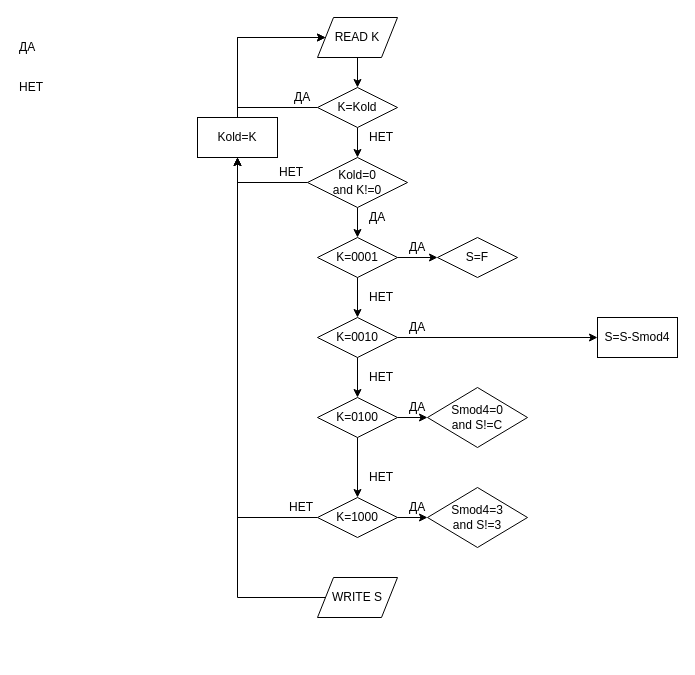
DMfananddu/SP_KR keeps this draw.io diagram as zhopa.drawio. Above is the earlier version. Source tidied: cells renumbered, new cells numbered last; positions are measured from the earlier drawing's top-left corner, leaving out a move shared by most shapes. Both pictures are drawn from the tidied source at 100%, with x=0, y=0 at pixel (17, 17).
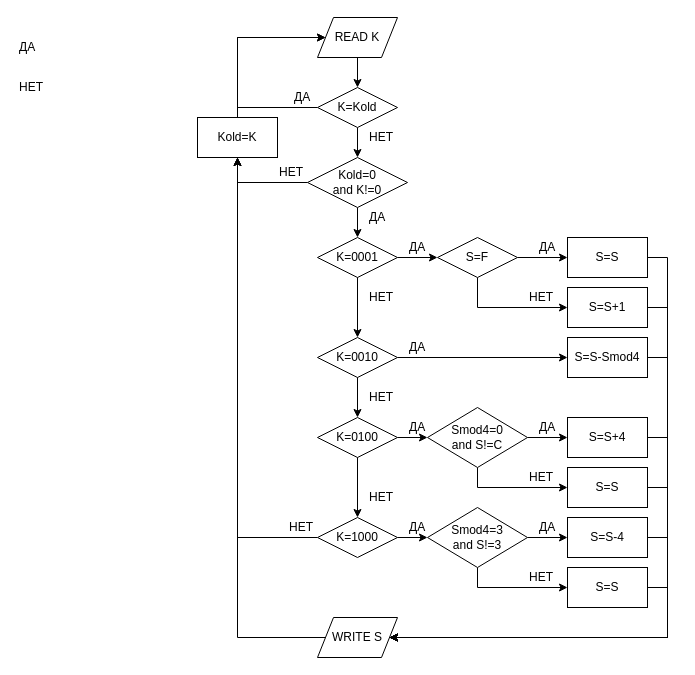
The same page after the edit.

The change refers to these unchanged cells:
```xml
<mxCell id="36" value="S=F" style="rhombus;whiteSpace=wrap;html=1;" parent="1" vertex="1">
  <mxGeometry x="420" y="220" width="80" height="40" as="geometry" />
</mxCell>
```

Diff of the diagram source:
```diff
@@
     <mxCell id="22" value="K=0010" style="rhombus;whiteSpace=wrap;html=1;" parent="1" vertex="1">
-      <mxGeometry x="300" y="300" width="80" height="40" as="geometry" />
+      <mxGeometry x="300" y="320" width="80" height="40" as="geometry" />
     </mxCell>
@@
     <mxCell id="26" value="K=0100" style="rhombus;whiteSpace=wrap;html=1;" parent="1" vertex="1">
-      <mxGeometry x="300" y="380" width="80" height="40" as="geometry" />
+      <mxGeometry x="300" y="400" width="80" height="40" as="geometry" />
     </mxCell>
     <mxCell id="27" value="НЕТ" style="text;html=1;align=left;verticalAlign=top;spacingTop=-4;" parent="1" vertex="1">
-      <mxGeometry x="350" y="350" width="40" height="20" as="geometry" />
+      <mxGeometry x="350" y="370" width="40" height="20" as="geometry" />
     </mxCell>
@@
     <mxCell id="31" value="K=1000" style="rhombus;whiteSpace=wrap;html=1;" parent="1" vertex="1">
-      <mxGeometry x="300" y="480" width="80" height="40" as="geometry" />
+      <mxGeometry x="300" y="500" width="80" height="40" as="geometry" />
     </mxCell>
     <mxCell id="32" value="НЕТ" style="text;html=1;align=left;verticalAlign=top;spacingTop=-4;" parent="1" vertex="1">
-      <mxGeometry x="350" y="450" width="40" height="20" as="geometry" />
+      <mxGeometry x="350" y="470" width="40" height="20" as="geometry" />
     </mxCell>
     <mxCell id="33" value="НЕТ" style="text;html=1;align=left;verticalAlign=top;spacingTop=-4;" parent="1" vertex="1">
-      <mxGeometry x="270" y="480" width="40" height="20" as="geometry" />
+      <mxGeometry x="270" y="500" width="40" height="20" as="geometry" />
     </mxCell>
@@
     <mxCell id="35" value="WRITE S" style="shape=parallelogram;perimeter=parallelogramPerimeter;whiteSpace=wrap;html=1;" parent="1" vertex="1">
-      <mxGeometry x="300" y="560" width="80" height="40" as="geometry" />
+      <mxGeometry x="300" y="600" width="80" height="40" as="geometry" />
     </mxCell>
+    <mxCell id="44" style="edgeStyle=orthogonalEdgeStyle;rounded=0;jettySize=auto;html=1;exitX=1;exitY=0.5;exitDx=0;exitDy=0;entryX=0;entryY=0.5;entryDx=0;entryDy=0;" parent="1" edge="1" source="36" target="56">
+      <mxGeometry relative="1" as="geometry" />
+    </mxCell>
+    <mxCell id="45" style="edgeStyle=orthogonalEdgeStyle;rounded=0;jettySize=auto;html=1;exitX=0.5;exitY=1;exitDx=0;exitDy=0;entryX=0;entryY=0.5;entryDx=0;entryDy=0;" parent="1" edge="1" source="36" target="62">
+      <mxGeometry relative="1" as="geometry" />
+    </mxCell>
@@
+    <mxCell id="46" style="edgeStyle=orthogonalEdgeStyle;rounded=0;jettySize=auto;html=1;exitX=1;exitY=0.5;exitDx=0;exitDy=0;entryX=1;entryY=0.5;entryDx=0;entryDy=0;" parent="1" edge="1" source="37" target="35">
+      <mxGeometry relative="1" as="geometry">
+        <Array as="points">
+          <mxPoint x="650" y="340" />
+          <mxPoint x="650" y="620" />
+        </Array>
+      </mxGeometry>
+    </mxCell>
     <mxCell id="37" value="S=S-Smod4" style="rounded=0;whiteSpace=wrap;html=1;" parent="1" vertex="1">
-      <mxGeometry x="580" y="300" width="80" height="40" as="geometry" />
+      <mxGeometry x="550" y="320" width="80" height="40" as="geometry" />
     </mxCell>
+    <mxCell id="47" style="edgeStyle=orthogonalEdgeStyle;rounded=0;jettySize=auto;html=1;exitX=1;exitY=0.5;exitDx=0;exitDy=0;entryX=0;entryY=0.5;entryDx=0;entryDy=0;" parent="1" edge="1" source="38" target="52">
+      <mxGeometry relative="1" as="geometry" />
+    </mxCell>
+    <mxCell id="48" style="edgeStyle=orthogonalEdgeStyle;rounded=0;jettySize=auto;html=1;exitX=0.5;exitY=1;exitDx=0;exitDy=0;entryX=0;entryY=0.5;entryDx=0;entryDy=0;" parent="1" edge="1" source="38" target="58">
+      <mxGeometry relative="1" as="geometry" />
+    </mxCell>
     <mxCell id="38" value="Smod4=0&lt;br&gt;and S!=C" style="rhombus;whiteSpace=wrap;html=1;" parent="1" vertex="1">
-      <mxGeometry x="410" y="370" width="100" height="60" as="geometry" />
+      <mxGeometry x="410" y="390" width="100" height="60" as="geometry" />
     </mxCell>
@@
     <mxCell id="40" value="ДА" style="text;html=1;align=left;verticalAlign=top;spacingTop=-4;" parent="1" vertex="1">
-      <mxGeometry x="390" y="300" width="30" height="20" as="geometry" />
+      <mxGeometry x="390" y="320" width="30" height="20" as="geometry" />
     </mxCell>
     <mxCell id="41" value="ДА" style="text;html=1;align=left;verticalAlign=top;spacingTop=-4;" parent="1" vertex="1">
-      <mxGeometry x="390" y="380" width="30" height="20" as="geometry" />
+      <mxGeometry x="390" y="400" width="30" height="20" as="geometry" />
     </mxCell>
     <mxCell id="42" value="ДА" style="text;html=1;align=left;verticalAlign=top;spacingTop=-4;" parent="1" vertex="1">
-      <mxGeometry x="390" y="480" width="30" height="20" as="geometry" />
+      <mxGeometry x="390" y="500" width="30" height="20" as="geometry" />
     </mxCell>
+    <mxCell id="49" style="edgeStyle=orthogonalEdgeStyle;rounded=0;jettySize=auto;html=1;exitX=1;exitY=0.5;exitDx=0;exitDy=0;entryX=0;entryY=0.5;entryDx=0;entryDy=0;" parent="1" edge="1" source="43" target="54">
+      <mxGeometry relative="1" as="geometry" />
+    </mxCell>
+    <mxCell id="50" style="edgeStyle=orthogonalEdgeStyle;rounded=0;jettySize=auto;html=1;exitX=0.5;exitY=1;exitDx=0;exitDy=0;entryX=0;entryY=0.5;entryDx=0;entryDy=0;" parent="1" edge="1" source="43" target="60">
+      <mxGeometry relative="1" as="geometry" />
+    </mxCell>
     <mxCell id="43" value="Smod4=3&lt;br&gt;and S!=3" style="rhombus;whiteSpace=wrap;html=1;" parent="1" vertex="1">
-      <mxGeometry x="410" y="470" width="100" height="60" as="geometry" />
+      <mxGeometry x="410" y="490" width="100" height="60" as="geometry" />
     </mxCell>
+    <mxCell id="51" style="edgeStyle=orthogonalEdgeStyle;rounded=0;jettySize=auto;html=1;exitX=1;exitY=0.5;exitDx=0;exitDy=0;entryX=1;entryY=0.5;entryDx=0;entryDy=0;" parent="1" edge="1" source="52" target="35">
+      <mxGeometry relative="1" as="geometry">
+        <Array as="points">
+          <mxPoint x="650" y="420" />
+          <mxPoint x="650" y="620" />
+        </Array>
+      </mxGeometry>
+    </mxCell>
+    <mxCell id="52" value="S=S+4" style="rounded=0;whiteSpace=wrap;html=1;" parent="1" vertex="1">
+      <mxGeometry x="550" y="400" width="80" height="40" as="geometry" />
+    </mxCell>
+    <mxCell id="53" style="edgeStyle=orthogonalEdgeStyle;rounded=0;jettySize=auto;html=1;exitX=1;exitY=0.5;exitDx=0;exitDy=0;entryX=1;entryY=0.5;entryDx=0;entryDy=0;" parent="1" edge="1" source="54" target="35">
+      <mxGeometry relative="1" as="geometry">
+        <Array as="points">
+          <mxPoint x="650" y="520" />
+          <mxPoint x="650" y="620" />
+        </Array>
+      </mxGeometry>
+    </mxCell>
+    <mxCell id="54" value="S=S-4" style="rounded=0;whiteSpace=wrap;html=1;" parent="1" vertex="1">
+      <mxGeometry x="550" y="500" width="80" height="40" as="geometry" />
+    </mxCell>
+    <mxCell id="55" style="edgeStyle=orthogonalEdgeStyle;rounded=0;jettySize=auto;html=1;exitX=1;exitY=0.5;exitDx=0;exitDy=0;entryX=1;entryY=0.5;entryDx=0;entryDy=0;" parent="1" edge="1" source="56" target="35">
+      <mxGeometry relative="1" as="geometry">
+        <Array as="points">
+          <mxPoint x="650" y="240" />
+          <mxPoint x="650" y="620" />
+        </Array>
+      </mxGeometry>
+    </mxCell>
+    <mxCell id="56" value="S=S" style="rounded=0;whiteSpace=wrap;html=1;" parent="1" vertex="1">
+      <mxGeometry x="550" y="220" width="80" height="40" as="geometry" />
+    </mxCell>
+    <mxCell id="57" style="edgeStyle=orthogonalEdgeStyle;rounded=0;jettySize=auto;html=1;exitX=1;exitY=0.5;exitDx=0;exitDy=0;entryX=1;entryY=0.5;entryDx=0;entryDy=0;" parent="1" edge="1" source="58" target="35">
+      <mxGeometry relative="1" as="geometry">
+        <Array as="points">
+          <mxPoint x="650" y="470" />
+          <mxPoint x="650" y="620" />
+        </Array>
+      </mxGeometry>
+    </mxCell>
+    <mxCell id="58" value="S=S" style="rounded=0;whiteSpace=wrap;html=1;" parent="1" vertex="1">
+      <mxGeometry x="550" y="450" width="80" height="40" as="geometry" />
+    </mxCell>
+    <mxCell id="59" style="edgeStyle=orthogonalEdgeStyle;rounded=0;jettySize=auto;html=1;exitX=1;exitY=0.5;exitDx=0;exitDy=0;entryX=1;entryY=0.5;entryDx=0;entryDy=0;" parent="1" edge="1" source="60" target="35">
+      <mxGeometry relative="1" as="geometry">
+        <Array as="points">
+          <mxPoint x="650" y="570" />
+          <mxPoint x="650" y="620" />
+        </Array>
+      </mxGeometry>
+    </mxCell>
+    <mxCell id="60" value="S=S" style="rounded=0;whiteSpace=wrap;html=1;" parent="1" vertex="1">
+      <mxGeometry x="550" y="550" width="80" height="40" as="geometry" />
+    </mxCell>
+    <mxCell id="61" style="edgeStyle=orthogonalEdgeStyle;rounded=0;jettySize=auto;html=1;exitX=1;exitY=0.5;exitDx=0;exitDy=0;entryX=1;entryY=0.5;entryDx=0;entryDy=0;" parent="1" edge="1" source="62" target="35">
+      <mxGeometry relative="1" as="geometry">
+        <Array as="points">
+          <mxPoint x="650" y="290" />
+          <mxPoint x="650" y="620" />
+        </Array>
+      </mxGeometry>
+    </mxCell>
+    <mxCell id="62" value="S=S+1" style="rounded=0;whiteSpace=wrap;html=1;" parent="1" vertex="1">
+      <mxGeometry x="550" y="270" width="80" height="40" as="geometry" />
+    </mxCell>
+    <mxCell id="63" value="ДА" style="text;html=1;align=left;verticalAlign=top;spacingTop=-4;" parent="1" vertex="1">
+      <mxGeometry x="520" y="220" width="30" height="20" as="geometry" />
+    </mxCell>
+    <mxCell id="64" value="ДА" style="text;html=1;align=left;verticalAlign=top;spacingTop=-4;" parent="1" vertex="1">
+      <mxGeometry x="520" y="400" width="30" height="20" as="geometry" />
+    </mxCell>
+    <mxCell id="65" value="ДА" style="text;html=1;align=left;verticalAlign=top;spacingTop=-4;" parent="1" vertex="1">
+      <mxGeometry x="520" y="500" width="30" height="20" as="geometry" />
+    </mxCell>
+    <mxCell id="66" value="НЕТ" style="text;html=1;align=left;verticalAlign=top;spacingTop=-4;" parent="1" vertex="1">
+      <mxGeometry x="510" y="270" width="40" height="20" as="geometry" />
+    </mxCell>
+    <mxCell id="67" value="НЕТ" style="text;html=1;align=left;verticalAlign=top;spacingTop=-4;" parent="1" vertex="1">
+      <mxGeometry x="510" y="450" width="40" height="20" as="geometry" />
+    </mxCell>
+    <mxCell id="68" value="НЕТ" style="text;html=1;align=left;verticalAlign=top;spacingTop=-4;" parent="1" vertex="1">
+      <mxGeometry x="510" y="550" width="40" height="20" as="geometry" />
+    </mxCell>
```
